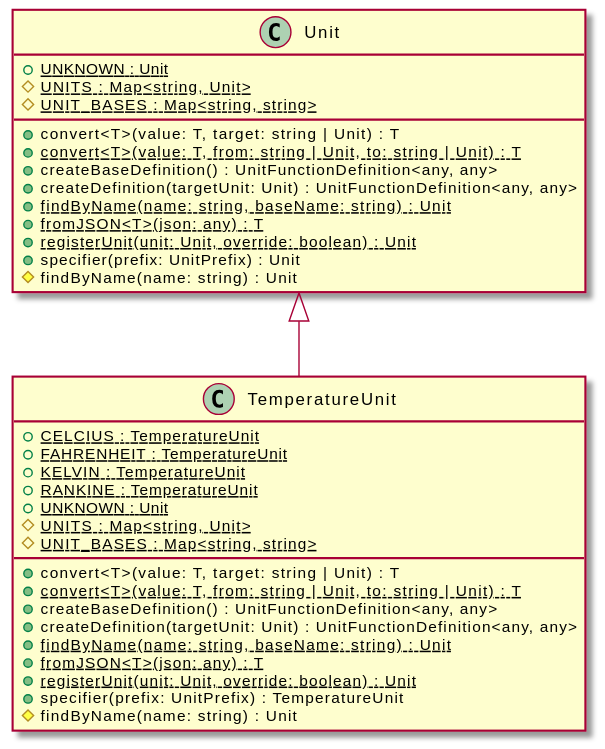
Before: assets/TemperatureUnit-umlClassDiagram-1273.svg, a diagram exported from PlantUML (OpenHPS/openhps-core). Source of this version:
```plantuml
@startuml
skinparam BackgroundColor transparent
hide empty methods
hide empty fields
class "TemperatureUnit" {
    {static} +CELCIUS : TemperatureUnit
    {static} +FAHRENHEIT : TemperatureUnit
    {static} +KELVIN : TemperatureUnit
    {static} +RANKINE : TemperatureUnit
    {static} +UNKNOWN : Unit
    {static} #UNITS : Map<string, Unit>
    {static} #UNIT_BASES : Map<string, string>
    +convert<T>(value: T, target: string | Unit) : T
    {static} +convert<T>(value: T, from: string | Unit, to: string | Unit) : T
    +createBaseDefinition() : UnitFunctionDefinition<any, any>
    +createDefinition(targetUnit: Unit) : UnitFunctionDefinition<any, any>
    {static} +findByName(name: string, baseName: string) : Unit
    {static} +fromJSON<T>(json: any) : T
    {static} +registerUnit(unit: Unit, override: boolean) : Unit
    +specifier(prefix: UnitPrefix) : TemperatureUnit
    #findByName(name: string) : Unit
}
class "Unit" {
    {static} +UNKNOWN : Unit
    {static} #UNITS : Map<string, Unit>
    {static} #UNIT_BASES : Map<string, string>
    +convert<T>(value: T, target: string | Unit) : T
    {static} +convert<T>(value: T, from: string | Unit, to: string | Unit) : T
    +createBaseDefinition() : UnitFunctionDefinition<any, any>
    +createDefinition(targetUnit: Unit) : UnitFunctionDefinition<any, any>
    {static} +findByName(name: string, baseName: string) : Unit
    {static} +fromJSON<T>(json: any) : T
    {static} +registerUnit(unit: Unit, override: boolean) : Unit
    +specifier(prefix: UnitPrefix) : Unit
    #findByName(name: string) : Unit
}
"Unit" <|-- "TemperatureUnit"
@enduml
```
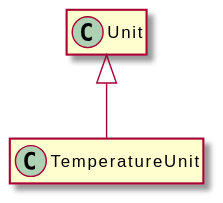
After the change.

The edit, as a diff of the source:
```diff
@@ -3,36 +3,8 @@
 hide empty methods
 hide empty fields
 class "TemperatureUnit" {
-    {static} +CELCIUS : TemperatureUnit
-    {static} +FAHRENHEIT : TemperatureUnit
-    {static} +KELVIN : TemperatureUnit
-    {static} +RANKINE : TemperatureUnit
-    {static} +UNKNOWN : Unit
-    {static} #UNITS : Map<string, Unit>
-    {static} #UNIT_BASES : Map<string, string>
-    +convert<T>(value: T, target: string | Unit) : T
-    {static} +convert<T>(value: T, from: string | Unit, to: string | Unit) : T
-    +createBaseDefinition() : UnitFunctionDefinition<any, any>
-    +createDefinition(targetUnit: Unit) : UnitFunctionDefinition<any, any>
-    {static} +findByName(name: string, baseName: string) : Unit
-    {static} +fromJSON<T>(json: any) : T
-    {static} +registerUnit(unit: Unit, override: boolean) : Unit
-    +specifier(prefix: UnitPrefix) : TemperatureUnit
-    #findByName(name: string) : Unit
 }
 class "Unit" {
-    {static} +UNKNOWN : Unit
-    {static} #UNITS : Map<string, Unit>
-    {static} #UNIT_BASES : Map<string, string>
-    +convert<T>(value: T, target: string | Unit) : T
-    {static} +convert<T>(value: T, from: string | Unit, to: string | Unit) : T
-    +createBaseDefinition() : UnitFunctionDefinition<any, any>
-    +createDefinition(targetUnit: Unit) : UnitFunctionDefinition<any, any>
-    {static} +findByName(name: string, baseName: string) : Unit
-    {static} +fromJSON<T>(json: any) : T
-    {static} +registerUnit(unit: Unit, override: boolean) : Unit
-    +specifier(prefix: UnitPrefix) : Unit
-    #findByName(name: string) : Unit
 }
 "Unit" <|-- "TemperatureUnit"
 @enduml
```
